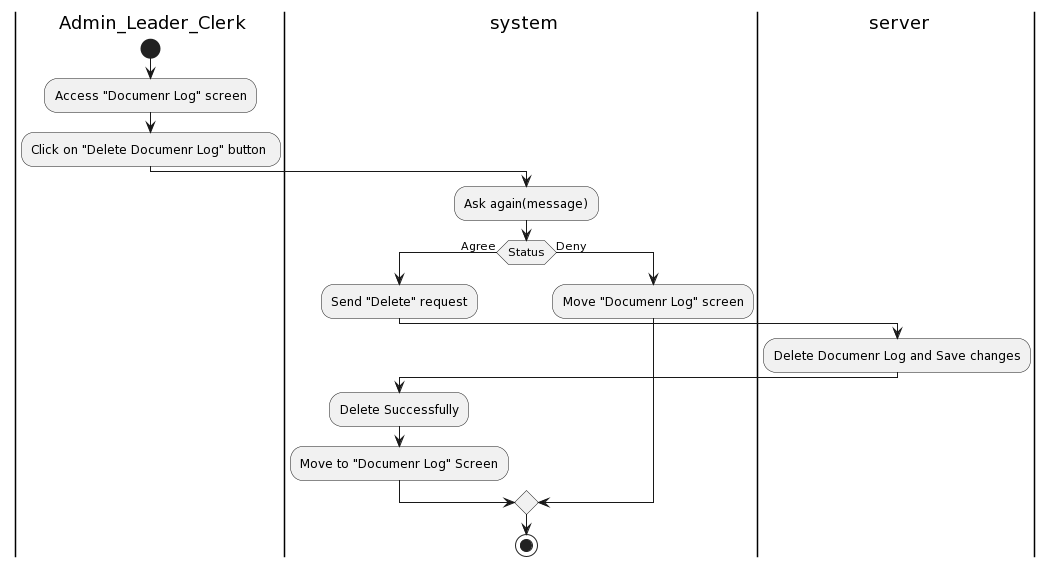
Before: Lab1/Lab1.2/Activity Diagram/DocumentLog/DeleteDocumenrLog/DeleteDocumenrLog.png, a diagram exported from PlantUML (khoapham1003/SE357-Pratice-class).
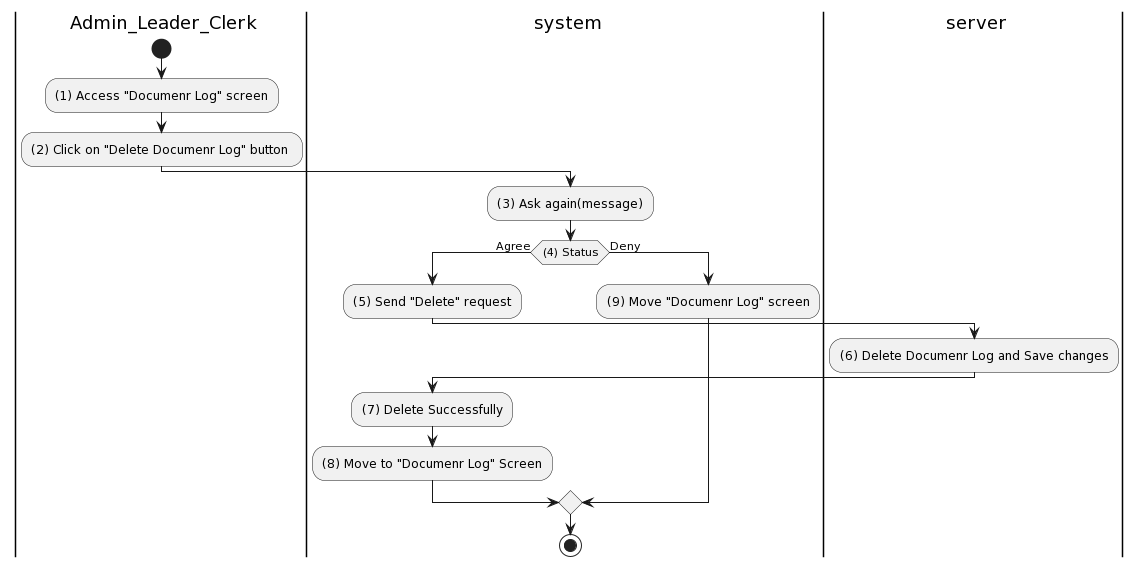
The same diagram one commit later.

The edit, as a diff of the source:
```diff
@@ -4,21 +4,21 @@
 |ser| server
 |a|
 start
-:Access "Documenr Log" screen;
-:Click on "Delete Documenr Log" button ;
+:(1) Access "Documenr Log" screen;
+:(2) Click on "Delete Documenr Log" button ;
 |sys|
-:Ask again(message);
+:(3) Ask again(message);
 |sys|
-if (Status) then (Agree)
-:Send "Delete" request;
+if ((4) Status) then (Agree)
+:(5) Send "Delete" request;
 |ser|
-:Delete Documenr Log and Save changes;
+:(6) Delete Documenr Log and Save changes;
 |sys|
-:Delete Successfully;
-:Move to "Documenr Log" Screen;
+:(7) Delete Successfully;
+:(8) Move to "Documenr Log" Screen;
 else (Deny)
 |sys|
-:Move "Documenr Log" screen;
+:(9) Move "Documenr Log" screen;
 endif
 
 
```
